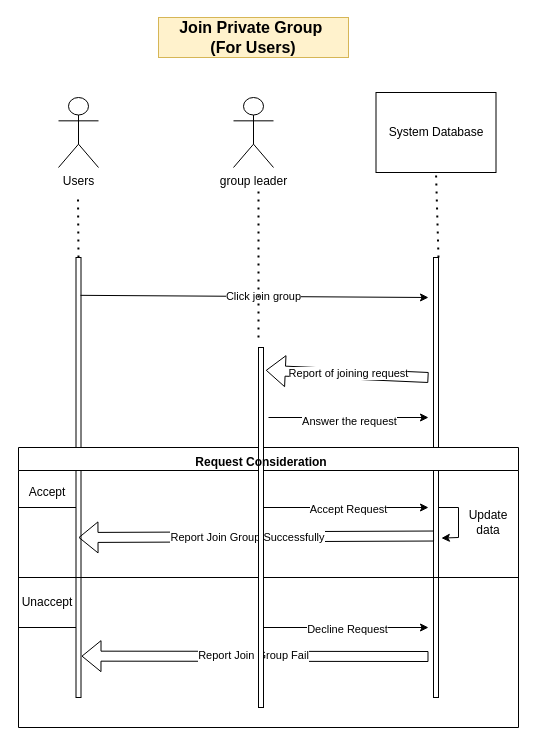
ParkinnAuto/StudyMate keeps this draw.io diagram as page "Join Private Group (For Users)" (4 of 22) of Models/Sequence Diagram.drawio. Above is the earlier version. Source tidied: cells renumbered, new cells numbered last; positions are measured from the earlier drawing's top-left corner, leaving out a move shared by most shapes. Both pictures are drawn from the tidied source at 100%, with x=0, y=0 at pixel (18, 17).
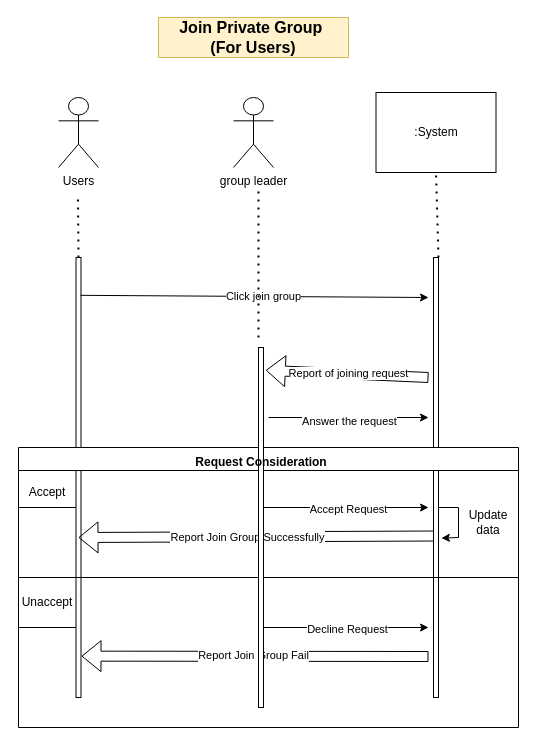
The same diagram, later.

The edit, as a diff of the source:
```diff
@@
-    <mxCell id="3" value="System Database" style="rounded=0;whiteSpace=wrap;html=1;" parent="1" vertex="1">
+    <mxCell id="3" value=":System" style="rounded=0;whiteSpace=wrap;html=1;" parent="1" vertex="1">
       <mxGeometry x="357.5" y="75" width="120" height="80" as="geometry" />
     </mxCell>
```
